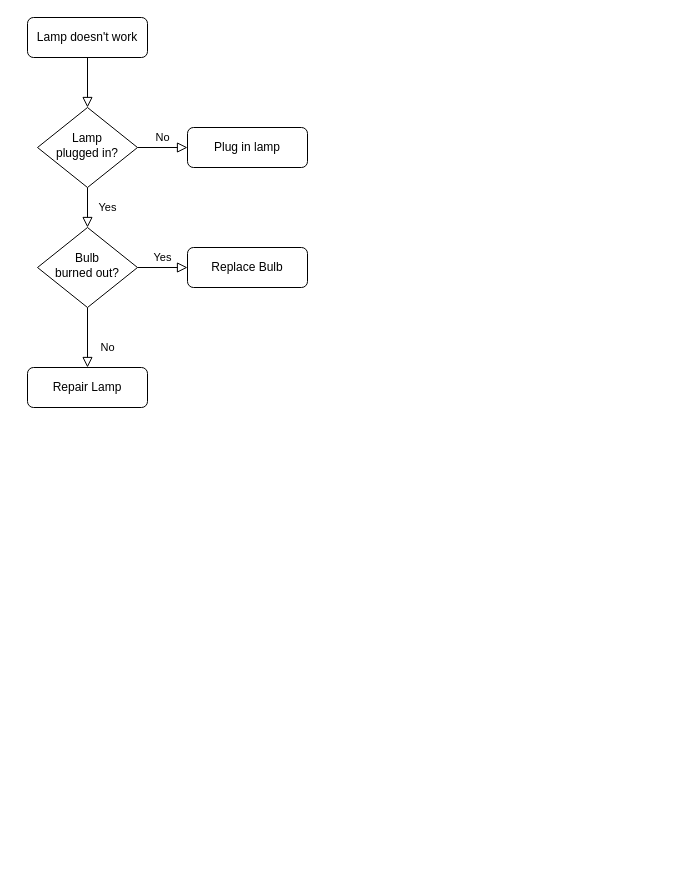
logdong098/hello-world keeps this draw.io diagram as 未命名绘图.drawio. Above is the earlier version. Source tidied: cells renumbered, new cells numbered last; positions are measured from the earlier drawing's top-left corner, leaving out a move shared by most shapes. Both pictures are drawn from the tidied source at 100%, with x=0, y=0 at pixel (27, 17).
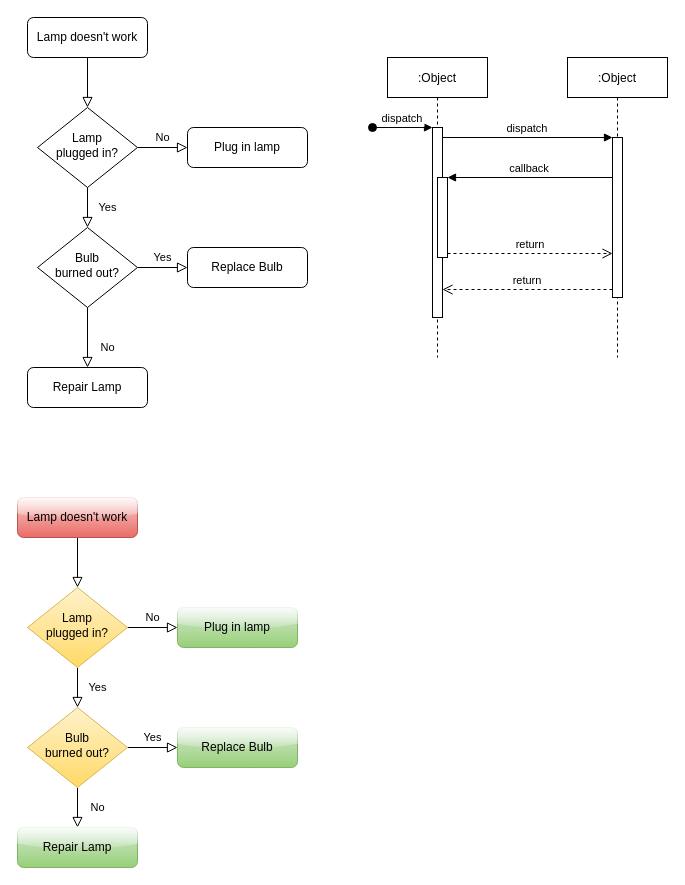
The same page after the edit.

Commit message:
更新未命名绘图.drawio

What changed in the source:
```diff
@@
+    <mxCell id="13" value=":Object" style="shape=umlLifeline;perimeter=lifelinePerimeter;rounded=0;shadow=0;strokeWidth=1;" parent="1" vertex="1">
+      <mxGeometry x="360" y="40" width="100" height="300" as="geometry" />
+    </mxCell>
+    <mxCell id="14" style="points=[];perimeter=orthogonalPerimeter;rounded=0;shadow=0;strokeWidth=1;" parent="13" vertex="1">
+      <mxGeometry x="45" y="70" width="10" height="190" as="geometry" />
+    </mxCell>
+    <mxCell id="15" value="dispatch" style="verticalAlign=bottom;startArrow=oval;endArrow=block;startSize=8;shadow=0;strokeWidth=1;rounded=0;" parent="13" edge="1" target="14">
+      <mxGeometry relative="1" as="geometry">
+        <mxPoint x="-15" y="70" as="sourcePoint" />
+      </mxGeometry>
+    </mxCell>
+    <mxCell id="16" style="points=[];perimeter=orthogonalPerimeter;rounded=0;shadow=0;strokeWidth=1;" parent="13" vertex="1">
+      <mxGeometry x="50" y="120" width="10" height="80" as="geometry" />
+    </mxCell>
+    <mxCell id="17" value=":Object" style="shape=umlLifeline;perimeter=lifelinePerimeter;rounded=0;shadow=0;strokeWidth=1;" parent="1" vertex="1">
+      <mxGeometry x="540" y="40" width="100" height="300" as="geometry" />
+    </mxCell>
+    <mxCell id="18" style="points=[];perimeter=orthogonalPerimeter;rounded=0;shadow=0;strokeWidth=1;" parent="17" vertex="1">
+      <mxGeometry x="45" y="80" width="10" height="160" as="geometry" />
+    </mxCell>
+    <mxCell id="19" value="return" style="verticalAlign=bottom;endArrow=open;dashed=1;endSize=8;exitX=0;exitY=0.95;shadow=0;strokeWidth=1;rounded=0;" parent="1" edge="1" source="18" target="14">
+      <mxGeometry relative="1" as="geometry" />
+    </mxCell>
+    <mxCell id="20" value="dispatch" style="verticalAlign=bottom;endArrow=block;entryX=0;entryY=0;shadow=0;strokeWidth=1;rounded=0;" parent="1" edge="1" source="14" target="18">
+      <mxGeometry relative="1" as="geometry" />
+    </mxCell>
+    <mxCell id="21" value="callback" style="verticalAlign=bottom;endArrow=block;entryX=1;entryY=0;shadow=0;strokeWidth=1;rounded=0;" parent="1" edge="1" source="18" target="16">
+      <mxGeometry relative="1" as="geometry" />
+    </mxCell>
+    <mxCell id="22" value="return" style="verticalAlign=bottom;endArrow=open;dashed=1;endSize=8;exitX=1;exitY=0.95;shadow=0;strokeWidth=1;rounded=0;" parent="1" edge="1" source="16" target="18">
+      <mxGeometry relative="1" as="geometry" />
+    </mxCell>
+    <mxCell id="23" style="rounded=0;html=1;jettySize=auto;fontSize=11;endArrow=block;endFill=0;endSize=8;strokeWidth=1;shadow=0;labelBackgroundColor=none;" parent="1" edge="1" source="24" target="27">
+      <mxGeometry relative="1" as="geometry" />
+    </mxCell>
+    <mxCell id="24" value="Lamp doesn't work" style="rounded=1;whiteSpace=wrap;html=1;fontSize=12;plain-red;glass=1;strokeWidth=1;shadow=0;" parent="1" vertex="1">
+      <mxGeometry x="-10" y="480" width="120" height="40" as="geometry" />
+    </mxCell>
+    <mxCell id="25" value="Yes" style="rounded=0;html=1;jettySize=auto;fontSize=11;endArrow=block;endFill=0;endSize=8;strokeWidth=1;shadow=0;labelBackgroundColor=none;" parent="1" edge="1" source="27" target="31">
+      <mxGeometry y="20" relative="1" as="geometry" />
+    </mxCell>
+    <mxCell id="26" value="No" style="edgeStyle=orthogonalEdgeStyle;rounded=0;html=1;jettySize=auto;fontSize=11;endArrow=block;endFill=0;endSize=8;strokeWidth=1;shadow=0;labelBackgroundColor=none;" parent="1" edge="1" source="27" target="28">
+      <mxGeometry y="10" relative="1" as="geometry" />
+    </mxCell>
+    <mxCell id="27" value="Lamp&lt;br&gt;plugged in?" style="rhombus;whiteSpace=wrap;html=1;shadow=0;fontFamily=Helvetica;fontSize=12;fontColor=#000000;align=center;strokeColor=#D6B656;strokeWidth=1;fillColor=#FFF2CC;gradientColor=#FFD966;spacing=6;spacingTop=-4;" parent="1" vertex="1">
+      <mxGeometry y="570" width="100" height="80" as="geometry" />
+    </mxCell>
+    <mxCell id="28" value="Plug in lamp" style="rounded=1;whiteSpace=wrap;html=1;fontSize=12;plain-green;glass=1;strokeWidth=1;shadow=0;" parent="1" vertex="1">
+      <mxGeometry x="150" y="590" width="120" height="40" as="geometry" />
+    </mxCell>
+    <mxCell id="29" value="No" style="rounded=0;html=1;jettySize=auto;fontSize=11;endArrow=block;endFill=0;endSize=8;strokeWidth=1;shadow=0;labelBackgroundColor=none;" parent="1" edge="1" source="31" target="32">
+      <mxGeometry y="20" relative="1" as="geometry" />
+    </mxCell>
+    <mxCell id="30" value="Yes" style="edgeStyle=orthogonalEdgeStyle;rounded=0;html=1;jettySize=auto;fontSize=11;endArrow=block;endFill=0;endSize=8;strokeWidth=1;shadow=0;labelBackgroundColor=none;" parent="1" edge="1" source="31" target="33">
+      <mxGeometry y="10" relative="1" as="geometry" />
+    </mxCell>
+    <mxCell id="31" value="Bulb&lt;br&gt;burned out?" style="rhombus;whiteSpace=wrap;html=1;shadow=0;fontFamily=Helvetica;fontSize=12;fontColor=#000000;align=center;strokeColor=#D6B656;strokeWidth=1;fillColor=#FFF2CC;gradientColor=#FFD966;spacing=6;spacingTop=-4;" parent="1" vertex="1">
+      <mxGeometry y="690" width="100" height="80" as="geometry" />
+    </mxCell>
+    <mxCell id="32" value="Repair Lamp" style="rounded=1;whiteSpace=wrap;html=1;fontSize=12;plain-green;glass=1;strokeWidth=1;shadow=0;" parent="1" vertex="1">
+      <mxGeometry x="-10" y="810" width="120" height="40" as="geometry" />
+    </mxCell>
+    <mxCell id="33" value="Replace Bulb" style="rounded=1;whiteSpace=wrap;html=1;fontSize=12;plain-green;glass=1;strokeWidth=1;shadow=0;" parent="1" vertex="1">
+      <mxGeometry x="150" y="710" width="120" height="40" as="geometry" />
+    </mxCell>
```
